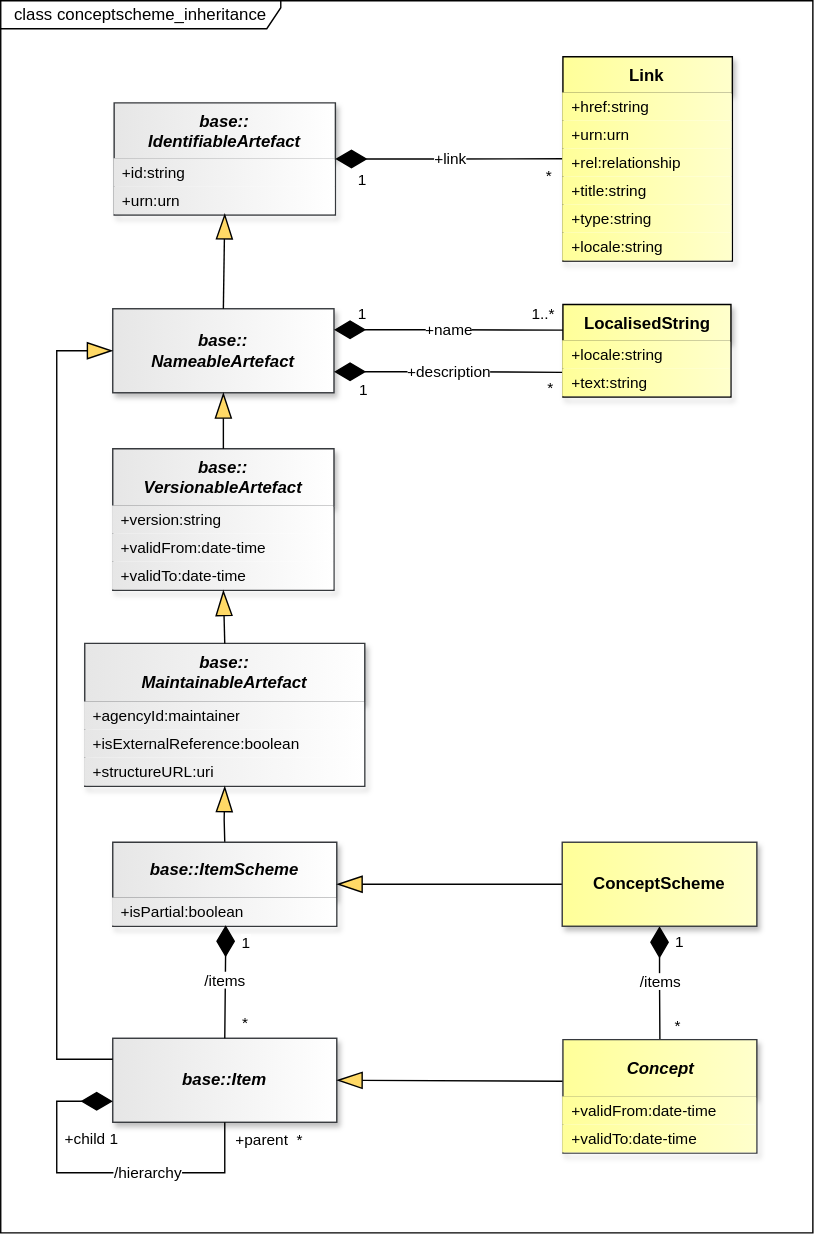
Earlier version of the draw.io export docs/information_model/media/sdmx_conceptscheme-conceptscheme_inheritance.svg (sdmx-twg/sdmx-im). Source tidied: cells renumbered, new cells last; positions are measured from the earlier drawing's top-left corner, leaving out a move shared by most shapes.
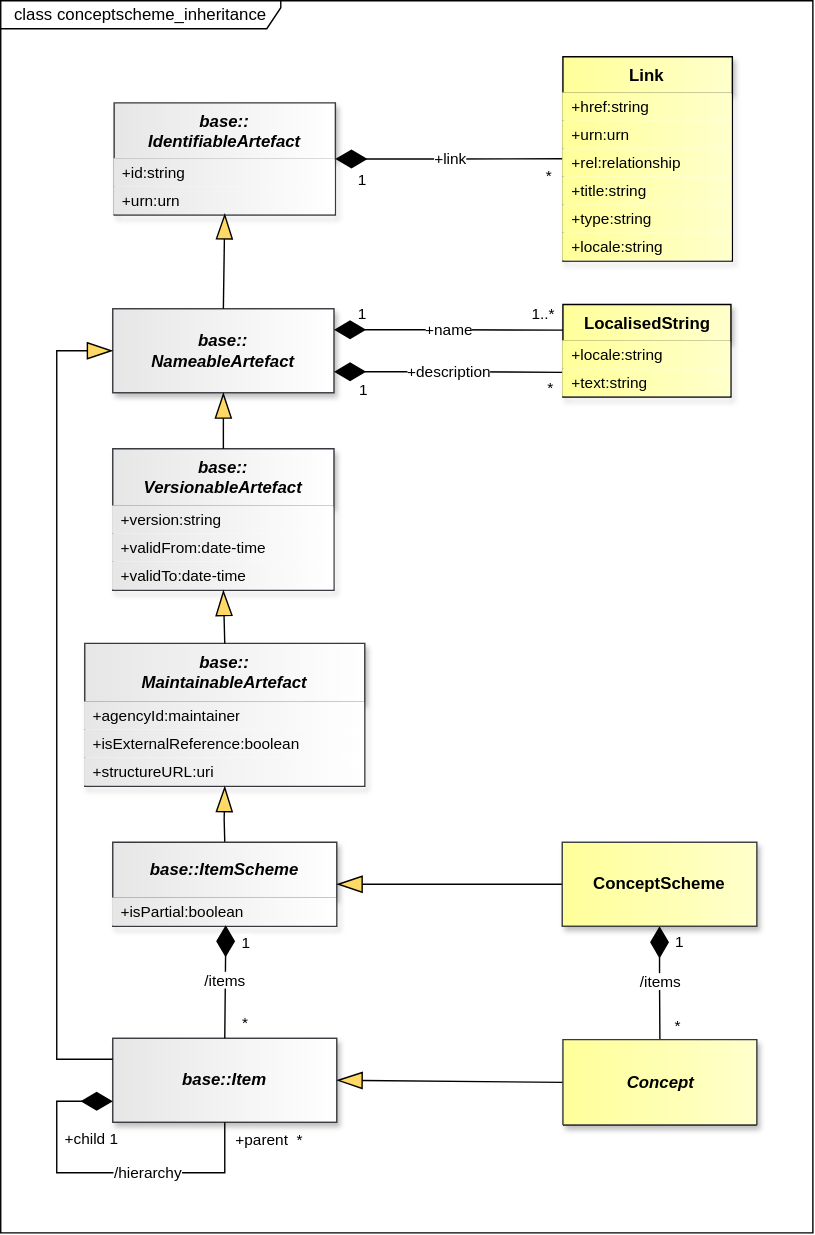
Above is the later version.

Change to the diagram source:
```diff
@@ -122,7 +122,7 @@
     <mxCell id="32" style="endArrow=blockThin;endSize=16;endFill=1;html=1;rounded=0;exitX=0;exitY=0.5;exitDx=0;exitDy=0;startFill=0;endFillColor=light-dark(#FFD966,#FFD966);strokeColor=light-dark(#000000,#FFFFFF);startFillColor=light-dark(#000000,#FFFFFF);labelBackgroundColor=none;labelBorderColor=light-dark(#000000,#FFFFFF);entryX=1;entryY=0.5;entryDx=0;entryDy=0;" parent="1" edge="1" source="39" target="30">
       <mxGeometry relative="1" as="geometry" />
     </mxCell>
-    <mxCell id="33" style="endArrow=blockThin;endSize=16;endFill=1;html=1;rounded=0;exitX=0.001;exitY=0.366;exitDx=0;exitDy=0;startFill=0;endFillColor=light-dark(#FFD966,#FFD966);strokeColor=light-dark(#000000,#FFFFFF);startFillColor=light-dark(#000000,#FFFFFF);labelBackgroundColor=none;labelBorderColor=light-dark(#000000,#FFFFFF);entryX=1;entryY=0.5;entryDx=0;entryDy=0;exitPerimeter=0;" parent="1" edge="1" source="41" target="24">
+    <mxCell id="33" style="endArrow=blockThin;endSize=16;endFill=1;html=1;rounded=0;exitX=0;exitY=0.5;exitDx=0;exitDy=0;startFill=0;endFillColor=light-dark(#FFD966,#FFD966);strokeColor=light-dark(#000000,#FFFFFF);startFillColor=light-dark(#000000,#FFFFFF);labelBackgroundColor=none;labelBorderColor=light-dark(#000000,#FFFFFF);entryX=1;entryY=0.5;entryDx=0;entryDy=0;" parent="1" edge="1" source="41" target="24">
       <mxGeometry relative="1" as="geometry" />
     </mxCell>
     <mxCell id="34" value="1" style="edgeLabel;html=1;align=left;verticalAlign=top;labelBackgroundColor=none;fontColor=light-dark(#000000,#FFFFFF);" parent="1" vertex="1">
@@ -159,15 +159,9 @@
     <mxCell id="40" value="*" style="edgeLabel;html=1;align=right;verticalAlign=top;labelBackgroundColor=none;fontColor=light-dark(#000000,#FFFFFF);" parent="1" vertex="1">
       <mxGeometry x="395" y="264" as="geometry" />
     </mxCell>
-    <mxCell id="41" value="Concept" style="swimlane;fontStyle=3;align=center;verticalAlign=middle;horizontal=1;startSize=41;whiteSpace=wrap;html=1;strokeColor=#36393d;fontFamily=Helvetica;fontSize=12;fillColor=light-dark(#FFFF99,#FFFF99);gradientDirection=east;gradientColor=light-dark(#FFFFCC,#FFFFCC);fontColor=light-dark(#000000,#000000);shadow=1;" parent="1" vertex="1">
-      <mxGeometry x="401.5" y="742" width="138.5" height="81" as="geometry" />
+    <mxCell id="41" value="Concept" style="swimlane;fontStyle=3;align=center;verticalAlign=middle;horizontal=1;startSize=61;whiteSpace=wrap;html=1;strokeColor=#36393d;fontFamily=Helvetica;fontSize=12;fillColor=light-dark(#FFFF99,#FFFF99);gradientDirection=east;gradientColor=light-dark(#FFFFCC,#FFFFCC);fontColor=light-dark(#000000,#000000);shadow=1;" parent="1" vertex="1">
+      <mxGeometry x="401.5" y="742" width="138.5" height="61" as="geometry" />
     </mxCell>
-    <mxCell id="42" value="+validFrom:date-time" style="text;strokeColor=none;fillColor=light-dark(#FFFF99,#FFFF99);align=left;verticalAlign=middle;spacingLeft=4;spacingRight=4;overflow=hidden;whiteSpace=wrap;html=1;fontFamily=Helvetica;fontSize=11;fontColor=light-dark(#000000,#000000);fontStyle=0;gradientColor=light-dark(#FFFFCC,#FFFFCC);gradientDirection=east;" parent="41" vertex="1">
-      <mxGeometry y="41" width="138.5" height="20" as="geometry" />
-    </mxCell>
-    <mxCell id="43" value="+validTo:date-time" style="text;strokeColor=none;fillColor=light-dark(#FFFF99,#FFFF99);align=left;verticalAlign=middle;spacingLeft=4;spacingRight=4;overflow=hidden;whiteSpace=wrap;html=1;fontFamily=Helvetica;fontSize=11;fontColor=light-dark(#000000,#000000);fontStyle=0;gradientColor=light-dark(#FFFFCC,#FFFFCC);gradientDirection=east;" parent="41" vertex="1">
-      <mxGeometry y="61" width="138.5" height="20" as="geometry" />
-    </mxCell>
     <mxCell id="44" value="LocalisedString" style="swimlane;fontStyle=1;align=center;verticalAlign=top;horizontal=1;startSize=26;whiteSpace=wrap;html=1;fillColor=light-dark(#FFFF99,#FFFF99);strokeColor=light-dark(#000000,#000000);gradientDirection=east;swimlaneLine=1;fontColor=light-dark(#000000,#000000);labelBackgroundColor=none;textShadow=0;gradientColor=light-dark(#FFFFCC,#FFFFCC);shadow=1;" parent="1" vertex="1">
       <mxGeometry x="401.5" y="217" width="120" height="66" as="geometry" />
     </mxCell>
```
